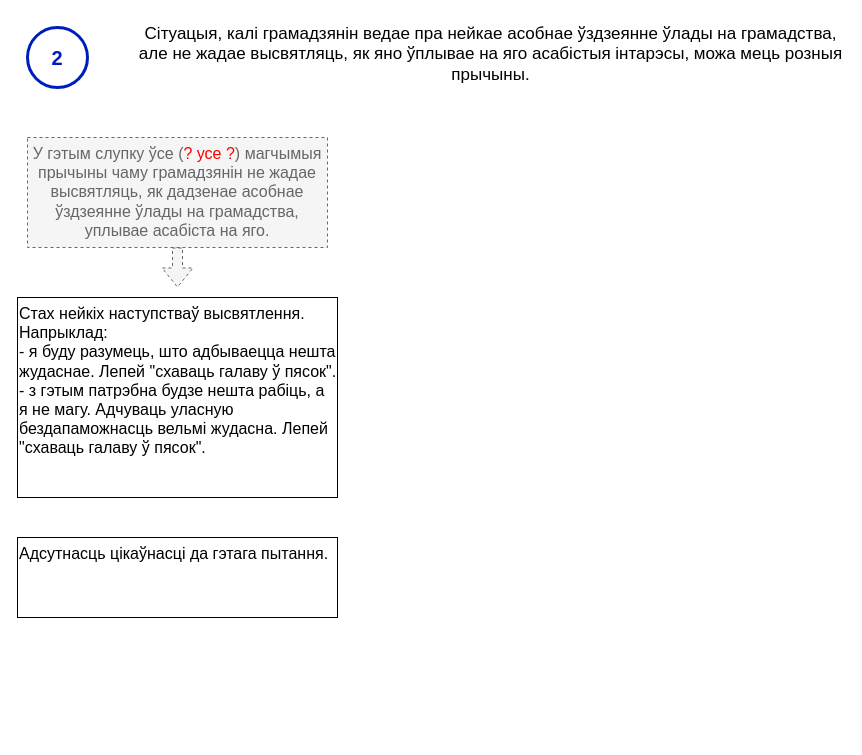
This is page "нататка-2" (3 of 7) of current-reality-tree/Дрэва цяперашняй рэальнасці.drawio from mshurkaeu-public/i-care.by, a draw.io file, before an edit. Source tidied: cells renumbered, new cells numbered last; positions are measured from the earlier drawing's top-left corner, leaving out a move shared by most shapes. Both pictures are drawn from the tidied source at 100%, with x=0, y=0 at pixel (17, 17).
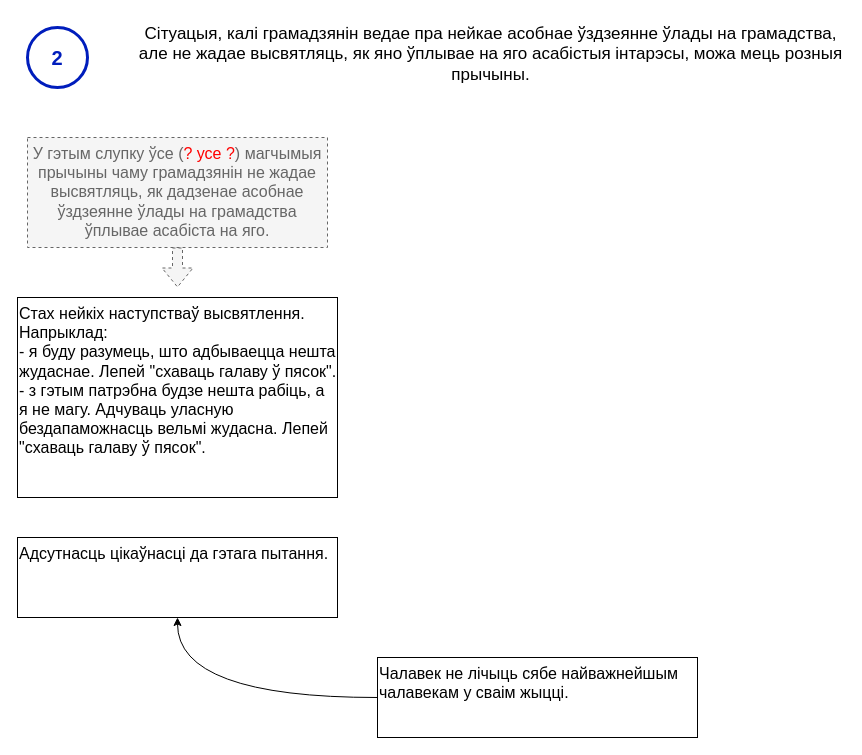
Above is the later version.

Diff of the diagram source:
```diff
@@
 <mxGraphModel>
   <root>
     <mxCell id="0" />
     <mxCell id="1" parent="0" />
     <mxCell id="2" value="Сітуацыя, калі грамадзянін ведае пра нейкае асобнае ўздзеянне ўлады на грамадства, але не жадае высвятляць, як яно ўплывае на яго асабістыя інтарэсы, можа мець розныя прычыны." style="text;html=1;strokeColor=none;fillColor=none;align=center;verticalAlign=top;whiteSpace=wrap;rounded=0;fontSize=17;" parent="1" vertex="1">
       <mxGeometry x="120" width="707" height="80" as="geometry" />
     </mxCell>
     <mxCell id="3" style="verticalLabelPosition=bottom;verticalAlign=top;html=1;shape=mxgraph.flowchart.on-page_reference;strokeWidth=3;fillColor=none;fontColor=#ffffff;strokeColor=#001DBC;comic=0;" parent="1" vertex="1">
       <mxGeometry x="10" y="10" width="60" height="60" as="geometry" />
     </mxCell>
     <mxCell id="4" value="2" style="text;html=1;strokeColor=none;fillColor=none;align=center;verticalAlign=middle;whiteSpace=wrap;rounded=0;fontColor=#001DBC;fontSize=20;fontStyle=1;" parent="1" vertex="1">
       <mxGeometry x="10" y="25" width="60" height="30" as="geometry" />
     </mxCell>
-    <mxCell id="5" value="У гэтым слупку ўсе (&lt;font color=&quot;#ff0000&quot;&gt;? усе ?&lt;/font&gt;) магчымыя прычыны чаму грамадзянін не жадае высвятляць, як дадзенае асобнае ўздзеянне ўлады на грамадства, уплывае асабіста на яго." style="text;html=1;strokeColor=#666666;fillColor=#f5f5f5;align=center;verticalAlign=top;whiteSpace=wrap;rounded=0;fontSize=16;fontColor=#666666;dashed=1;rotation=0;" parent="1" vertex="1">
+    <mxCell id="5" value="У гэтым слупку ўсе (&lt;font color=&quot;#ff0000&quot;&gt;? усе ?&lt;/font&gt;) магчымыя прычыны чаму грамадзянін не жадае высвятляць, як дадзенае асобнае ўздзеянне ўлады на грамадства ўплывае асабіста на яго." style="text;html=1;strokeColor=#666666;fillColor=#f5f5f5;align=center;verticalAlign=top;whiteSpace=wrap;rounded=0;fontSize=16;fontColor=#666666;dashed=1;rotation=0;" parent="1" vertex="1">
       <mxGeometry x="10" y="120" width="300" height="110" as="geometry" />
     </mxCell>
     <mxCell id="6" style="shape=flexArrow;endArrow=classic;html=1;rounded=0;exitX=0.5;exitY=1;exitDx=0;exitDy=0;fillColor=#f5f5f5;strokeColor=#666666;dashed=1;" parent="1" edge="1" source="5">
       <mxGeometry relative="1" as="geometry">
         <mxPoint x="160" y="270" as="targetPoint" />
       </mxGeometry>
     </mxCell>
     <mxCell id="7" value="&lt;div&gt;Стах нейкіх наступстваў высвятлення. Напрыклад:&lt;br&gt;- я буду разумець, што адбываецца нешта жудаснае. Лепей &quot;схаваць галаву ў пясок&quot;.&lt;/div&gt;&lt;div&gt;- з гэтым патрэбна будзе нешта рабіць, а я не магу. Адчуваць уласную бездапаможнасць вельмі жудасна. Лепей &quot;схаваць галаву ў пясок&quot;.&lt;/div&gt;" style="text;html=1;align=left;verticalAlign=top;whiteSpace=wrap;rounded=0;fontSize=16;strokeColor=default;rotation=0;" parent="1" vertex="1">
       <mxGeometry y="280" width="320" height="200" as="geometry" />
     </mxCell>
     <mxCell id="8" value="Адсутнасць цікаўнасці да гэтага пытання." style="text;html=1;align=left;verticalAlign=top;whiteSpace=wrap;rounded=0;fontSize=16;strokeColor=default;rotation=0;" parent="1" vertex="1">
       <mxGeometry y="520" width="320" height="80" as="geometry" />
     </mxCell>
+    <mxCell id="9" value="Чалавек не лічыць сябе найважнейшым чалавекам у сваім жыцці." style="text;html=1;align=left;verticalAlign=top;whiteSpace=wrap;rounded=0;fontSize=16;strokeColor=default;rotation=0;" parent="1" vertex="1">
+      <mxGeometry x="360" y="640" width="320" height="80" as="geometry" />
+    </mxCell>
+    <mxCell id="10" style="endArrow=classic;html=1;rounded=0;entryX=0.5;entryY=1;entryDx=0;entryDy=0;exitX=0;exitY=0.5;exitDx=0;exitDy=0;edgeStyle=orthogonalEdgeStyle;curved=1;" parent="1" edge="1" source="9" target="8">
+      <mxGeometry relative="1" as="geometry" />
+    </mxCell>
   </root>
 </mxGraphModel>
```
